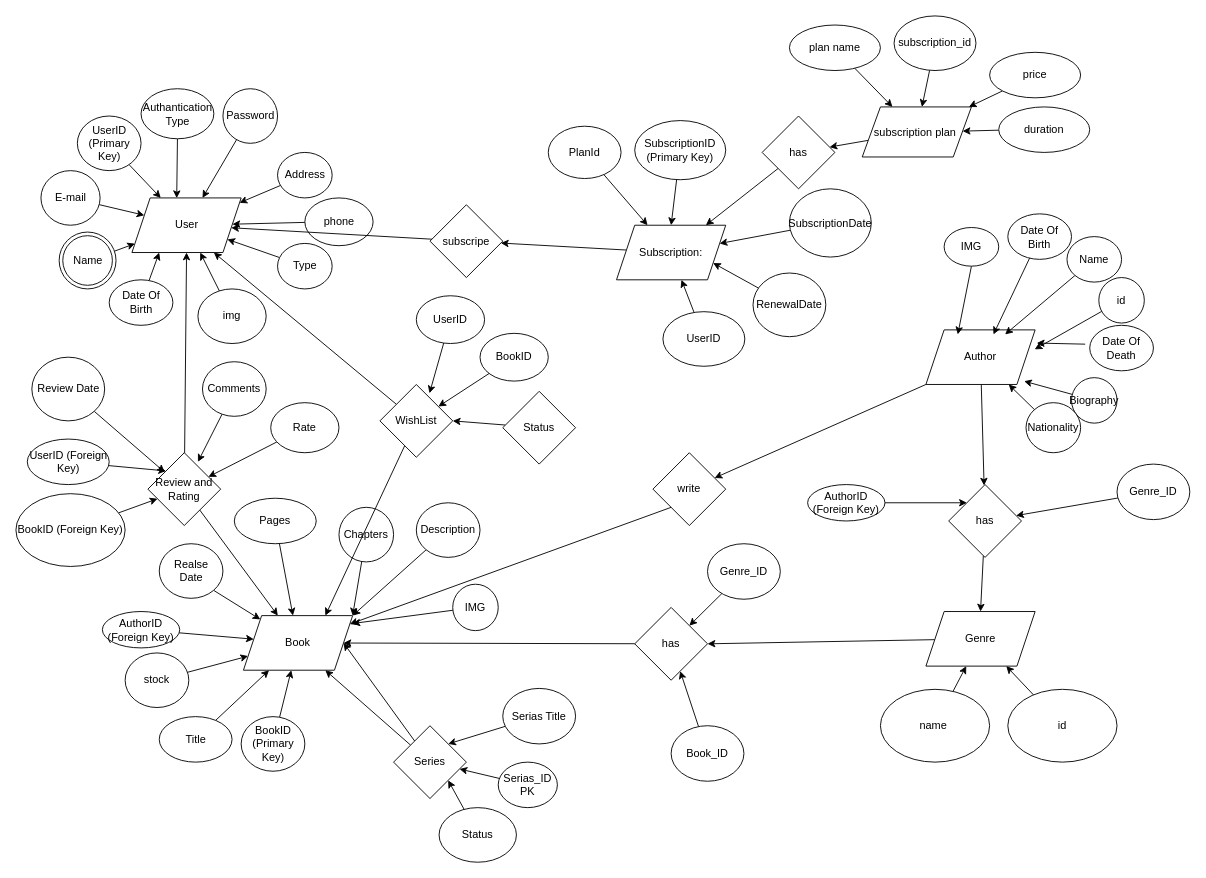
Earlier version of the draw.io diagram Erd.drawio (PaulaMagdi0/MERN-Stack-Project-ITI). Source tidied: cells renumbered, new cells numbered last; positions are measured from the earlier drawing's top-left corner, leaving out a move shared by most shapes. Both pictures are drawn from the tidied source at 91%, with x=0, y=0 at pixel (15, 15).
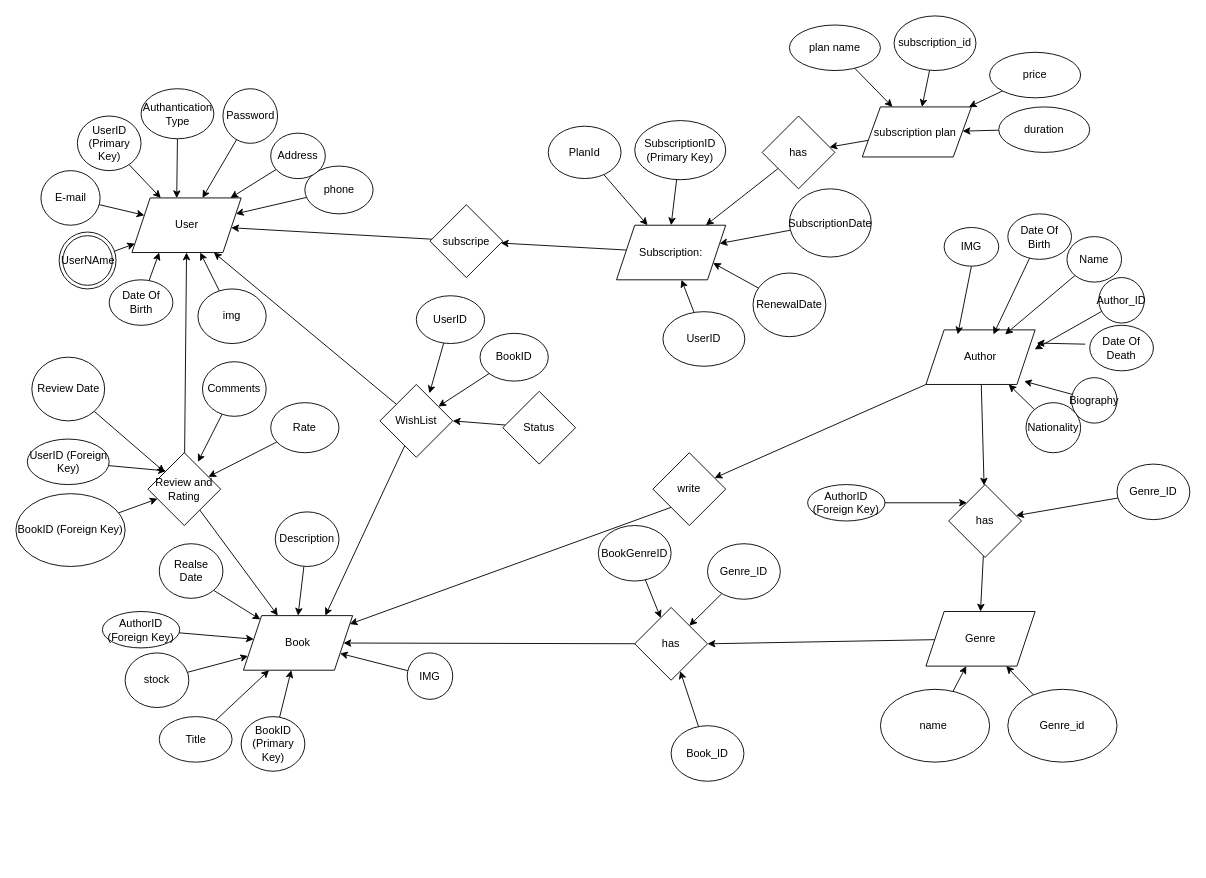
After the change.

Unchanged cells that the change refers to:
```xml
<mxCell id="2" value="User" style="shape=parallelogram;perimeter=parallelogramPerimeter;whiteSpace=wrap;html=1;fixedSize=1;" parent="1" vertex="1">
  <mxGeometry x="127.5" y="200" width="120" height="60" as="geometry" />
</mxCell>
<mxCell id="6" value="Book" style="shape=parallelogram;perimeter=parallelogramPerimeter;whiteSpace=wrap;html=1;fixedSize=1;" parent="1" vertex="1">
  <mxGeometry x="250" y="659" width="120" height="60" as="geometry" />
</mxCell>
<mxCell id="60" value="has" style="rhombus;whiteSpace=wrap;html=1;" parent="1" vertex="1">
  <mxGeometry x="680" y="650" width="80" height="80" as="geometry" />
</mxCell>
```

What changed in the source:
```diff
@@
-    <mxCell id="24" value="id" style="ellipse;whiteSpace=wrap;html=1;" parent="1" vertex="1">
+    <mxCell id="24" value="Author_ID" style="ellipse;whiteSpace=wrap;html=1;" parent="1" vertex="1">
       <mxGeometry x="1190" y="287.5" width="50" height="50" as="geometry" />
     </mxCell>
@@
-    <mxCell id="28" value="id" style="ellipse;whiteSpace=wrap;html=1;" parent="1" vertex="1">
+    <mxCell id="28" value="Genre_id" style="ellipse;whiteSpace=wrap;html=1;" parent="1" vertex="1">
       <mxGeometry x="1090" y="740" width="120" height="80" as="geometry" />
     </mxCell>
@@
-    <mxCell id="44" style="edgeStyle=none;html=1;entryX=1;entryY=0;entryDx=0;entryDy=0;fontFamily=Helvetica;fontSize=12;fontColor=default;" parent="1" edge="1" source="45" target="6">
+    <mxCell id="44" style="edgeStyle=none;html=1;entryX=0.5;entryY=0;entryDx=0;entryDy=0;fontFamily=Helvetica;fontSize=12;fontColor=default;" parent="1" edge="1" source="45" target="6">
       <mxGeometry relative="1" as="geometry" />
     </mxCell>
     <mxCell id="45" value="Description" style="ellipse;whiteSpace=wrap;html=1;" parent="1" vertex="1">
-      <mxGeometry x="440" y="535" width="70" height="60" as="geometry" />
+      <mxGeometry x="285" y="545" width="70" height="60" as="geometry" />
     </mxCell>
-    <mxCell id="46" style="edgeStyle=none;html=1;" parent="1" edge="1" source="47" target="6">
-      <mxGeometry relative="1" as="geometry" />
-    </mxCell>
-    <mxCell id="47" value="Pages" style="ellipse;whiteSpace=wrap;html=1;" parent="1" vertex="1">
-      <mxGeometry x="240" y="530" width="90" height="50" as="geometry" />
-    </mxCell>
@@
-    <mxCell id="50" style="edgeStyle=none;html=1;entryX=1;entryY=0;entryDx=0;entryDy=0;" parent="1" edge="1" source="51" target="6">
-      <mxGeometry relative="1" as="geometry" />
-    </mxCell>
-    <mxCell id="51" value="Chapters" style="ellipse;whiteSpace=wrap;html=1;" parent="1" vertex="1">
-      <mxGeometry x="355" y="540" width="60" height="60" as="geometry" />
-    </mxCell>
@@
-    <mxCell id="55" style="edgeStyle=none;html=1;entryX=0.998;entryY=0.145;entryDx=0;entryDy=0;entryPerimeter=0;fontFamily=Helvetica;fontSize=12;fontColor=default;" parent="1" edge="1" source="56" target="6">
+    <mxCell id="55" style="edgeStyle=none;html=1;entryX=1;entryY=0.75;entryDx=0;entryDy=0;fontFamily=Helvetica;fontSize=12;fontColor=default;" parent="1" edge="1" source="56" target="6">
       <mxGeometry relative="1" as="geometry" />
     </mxCell>
     <mxCell id="56" value="IMG" style="ellipse;whiteSpace=wrap;html=1;" parent="1" vertex="1">
-      <mxGeometry x="480" y="624.5" width="50" height="51" as="geometry" />
+      <mxGeometry x="430" y="700" width="50" height="51" as="geometry" />
     </mxCell>
@@
-    <mxCell id="62" value="Name" style="ellipse;shape=doubleEllipse;whiteSpace=wrap;html=1;" parent="1" vertex="1">
+    <mxCell id="62" value="UserNAme" style="ellipse;shape=doubleEllipse;whiteSpace=wrap;html=1;" parent="1" vertex="1">
       <mxGeometry x="47.5" y="237.5" width="62.5" height="62.5" as="geometry" />
     </mxCell>
@@
     <mxCell id="66" value="phone" style="ellipse;whiteSpace=wrap;html=1;" parent="1" vertex="1">
-      <mxGeometry x="317.5" y="200" width="75" height="52.5" as="geometry" />
+      <mxGeometry x="317.5" y="165" width="75" height="52.5" as="geometry" />
     </mxCell>
@@
     <mxCell id="68" value="Address" style="ellipse;whiteSpace=wrap;html=1;" parent="1" vertex="1">
-      <mxGeometry x="287.5" y="150" width="60" height="50" as="geometry" />
+      <mxGeometry x="280" y="128.8" width="60" height="50" as="geometry" />
     </mxCell>
@@
-    <mxCell id="85" style="edgeStyle=none;html=1;entryX=0.75;entryY=1;entryDx=0;entryDy=0;fontFamily=Helvetica;fontSize=12;fontColor=default;" parent="1" edge="1" source="87" target="6">
-      <mxGeometry relative="1" as="geometry" />
-    </mxCell>
-    <mxCell id="86" style="edgeStyle=none;html=1;entryX=1;entryY=0.5;entryDx=0;entryDy=0;fontFamily=Helvetica;fontSize=12;fontColor=default;" parent="1" edge="1" source="87" target="6">
-      <mxGeometry relative="1" as="geometry" />
-    </mxCell>
-    <mxCell id="87" value="Series" style="rhombus;whiteSpace=wrap;html=1;strokeColor=default;fontFamily=Helvetica;fontSize=12;fontColor=default;fillColor=default;" parent="1" vertex="1">
-      <mxGeometry x="415" y="780" width="80" height="80" as="geometry" />
-    </mxCell>
-    <mxCell id="88" style="edgeStyle=none;html=1;fontFamily=Helvetica;fontSize=12;fontColor=default;" parent="1" edge="1" source="89" target="87">
-      <mxGeometry relative="1" as="geometry" />
-    </mxCell>
-    <mxCell id="89" value="Serias_ID PK" style="ellipse;whiteSpace=wrap;html=1;strokeColor=default;fontFamily=Helvetica;fontSize=12;fontColor=default;fillColor=default;" parent="1" vertex="1">
-      <mxGeometry x="530" y="820" width="65" height="50" as="geometry" />
-    </mxCell>
-    <mxCell id="90" style="edgeStyle=none;html=1;entryX=1;entryY=0;entryDx=0;entryDy=0;fontFamily=Helvetica;fontSize=12;fontColor=default;" parent="1" edge="1" source="91" target="87">
-      <mxGeometry relative="1" as="geometry" />
-    </mxCell>
-    <mxCell id="91" value="Serias Title" style="ellipse;whiteSpace=wrap;html=1;strokeColor=default;fontFamily=Helvetica;fontSize=12;fontColor=default;fillColor=default;" parent="1" vertex="1">
-      <mxGeometry x="535" y="739" width="80" height="61" as="geometry" />
-    </mxCell>
-    <mxCell id="92" style="edgeStyle=none;html=1;entryX=1;entryY=1;entryDx=0;entryDy=0;fontFamily=Helvetica;fontSize=12;fontColor=default;" parent="1" edge="1" source="93" target="87">
-      <mxGeometry relative="1" as="geometry" />
-    </mxCell>
-    <mxCell id="93" value="Status" style="ellipse;whiteSpace=wrap;html=1;strokeColor=default;fontFamily=Helvetica;fontSize=12;fontColor=default;fillColor=default;" parent="1" vertex="1">
-      <mxGeometry x="465" y="870" width="85" height="60" as="geometry" />
-    </mxCell>
@@
-    <mxCell id="100" style="edgeStyle=none;html=1;" parent="1" edge="1" source="101" target="2">
-      <mxGeometry relative="1" as="geometry" />
-    </mxCell>
-    <mxCell id="101" value="Type" style="ellipse;whiteSpace=wrap;html=1;" parent="1" vertex="1">
-      <mxGeometry x="287.5" y="250" width="60" height="50" as="geometry" />
-    </mxCell>
@@
+    <mxCell id="136" style="edgeStyle=none;html=1;" parent="1" edge="1" source="137" target="60">
+      <mxGeometry relative="1" as="geometry" />
+    </mxCell>
+    <mxCell id="137" value="BookGenreID" style="ellipse;whiteSpace=wrap;html=1;strokeColor=default;fontFamily=Helvetica;fontSize=12;fontColor=default;fillColor=default;" parent="1" vertex="1">
+      <mxGeometry x="640" y="560" width="80" height="61" as="geometry" />
+    </mxCell>
```
